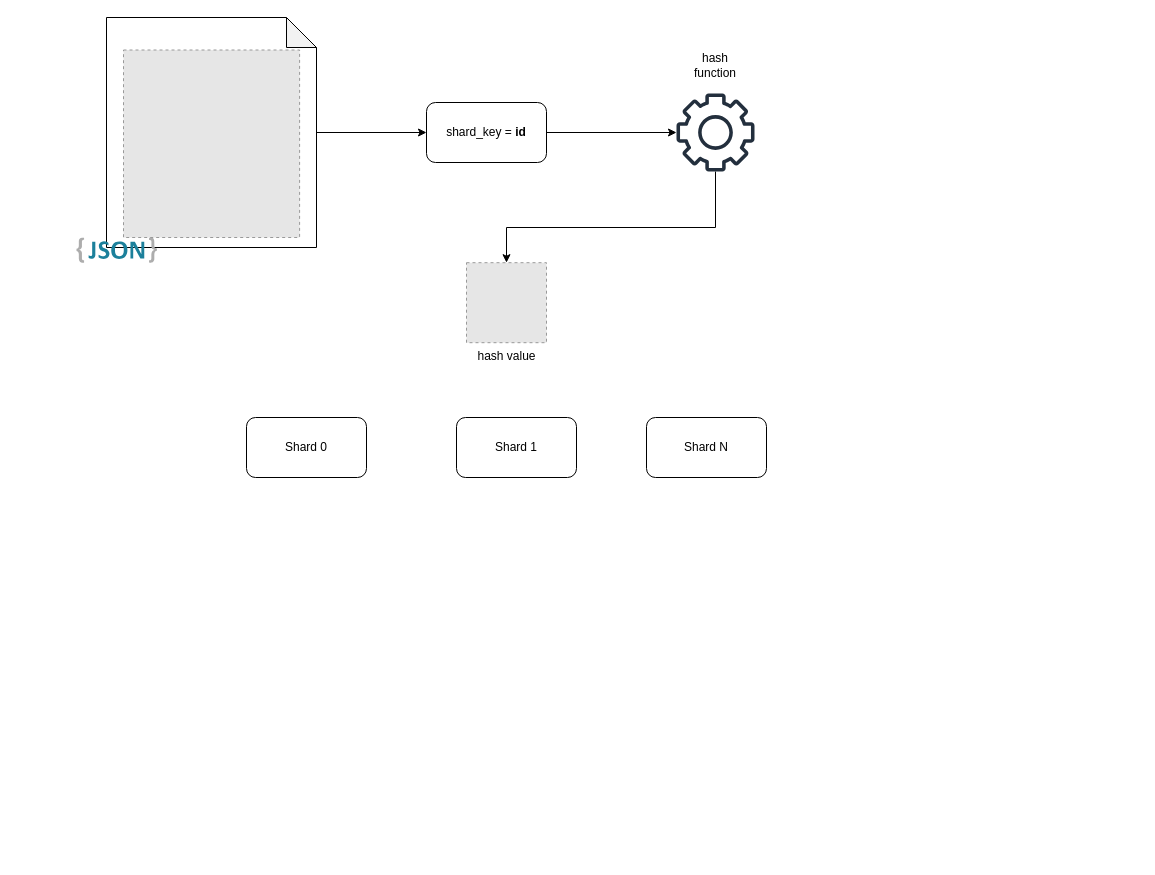
The draw.io diagram page "Página-2" (2 of 4) of Document-DB-POC/diagrams/diagrams.drawio in gabrielSpassos/kotlin-sandbox, before the edit. Source tidied: cells renumbered, new cells numbered last; positions are measured from the earlier drawing's top-left corner, leaving out a move shared by most shapes. Both pictures are drawn from the tidied source at 100%, with x=0, y=0 at pixel (76, 17). Pictures stored in the file or linked from it are replaced by grey dashed boxes.
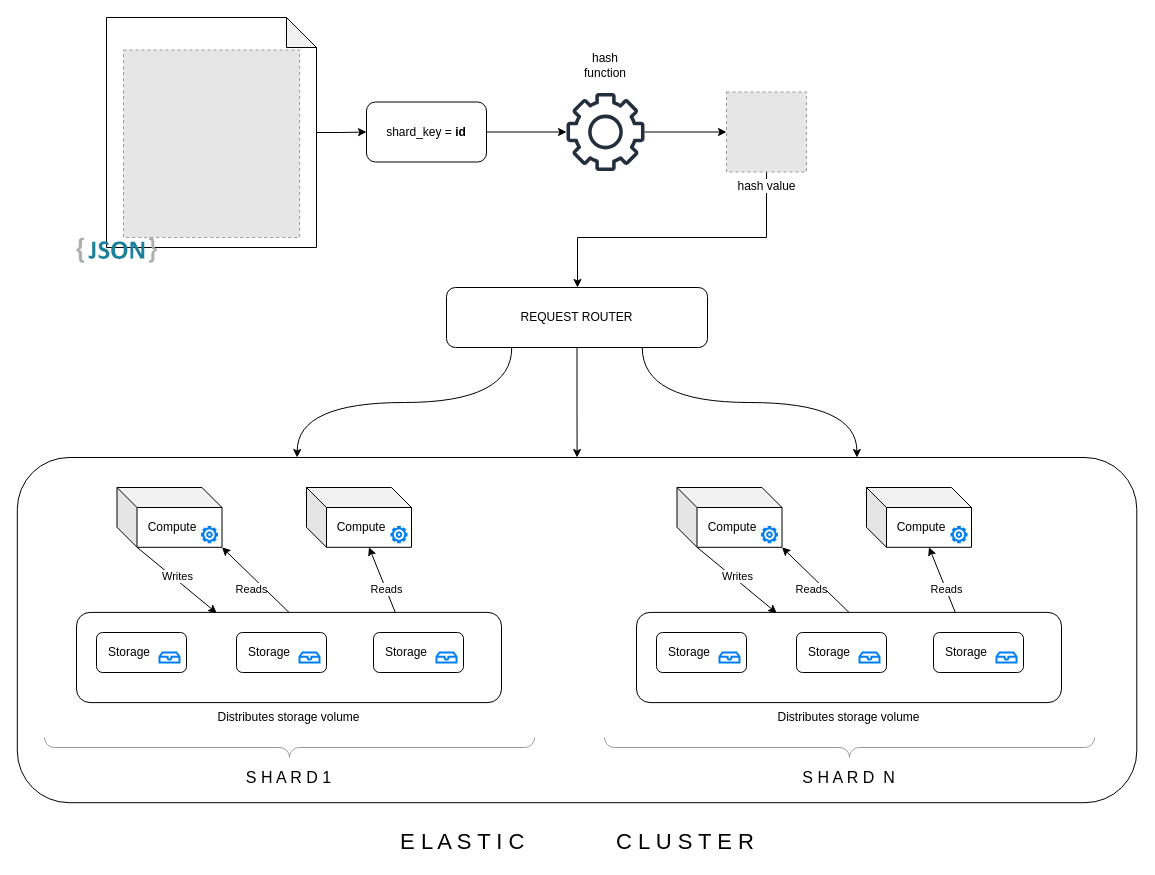
The same page after the edit.

Commit message (it also covers changes not shown here):
feat: add elastic cluster

The edit, as a diff of the source:
```diff
@@
+    <mxCell id="17" style="rounded=1;whiteSpace=wrap;html=1;" parent="1" vertex="1">
+      <mxGeometry x="-59.2" y="440" width="1119.5" height="345.2" as="geometry" />
+    </mxCell>
@@
     <mxCell id="9" value="shard_key =&amp;nbsp;&lt;b&gt;id&lt;/b&gt;" style="rounded=1;whiteSpace=wrap;html=1;" parent="1" vertex="1">
-      <mxGeometry x="350" y="85" width="120" height="60" as="geometry" />
+      <mxGeometry x="290" y="84.5" width="120" height="60" as="geometry" />
     </mxCell>
+    <mxCell id="18" style="edgeStyle=orthogonalEdgeStyle;rounded=0;jettySize=auto;html=1;" parent="1" edge="1" source="10" target="71">
+      <mxGeometry relative="1" as="geometry">
+        <Array as="points">
+          <mxPoint x="690" y="220" />
+          <mxPoint x="501" y="220" />
+        </Array>
+      </mxGeometry>
+    </mxCell>
     <mxCell id="10" value="hash value" style="fillColor=#E6E6E6;strokeColor=#999999;dashed=1;html=1;verticalAlign=top;verticalLabelPosition=bottom;labelBackgroundColor=#ffffff;" parent="1" vertex="1">
-      <mxGeometry x="390" y="245.2" width="80" height="80" as="geometry" />
+      <mxGeometry x="650" y="74.5" width="80" height="80" as="geometry" />
     </mxCell>
     <mxCell id="11" style="edgeStyle=orthogonalEdgeStyle;rounded=0;jettySize=auto;html=1;" parent="1" edge="1" source="12" target="10">
-      <mxGeometry relative="1" as="geometry">
-        <Array as="points">
-          <mxPoint x="639" y="210" />
-          <mxPoint x="430" y="210" />
-        </Array>
-      </mxGeometry>
+      <mxGeometry relative="1" as="geometry" />
     </mxCell>
     <mxCell id="12" style="sketch=0;outlineConnect=0;fontColor=#232F3E;gradientColor=none;fillColor=#232F3D;strokeColor=none;dashed=0;verticalLabelPosition=bottom;verticalAlign=top;align=center;html=1;fontSize=12;fontStyle=0;shape=mxgraph.aws4.gear;" parent="1" vertex="1">
-      <mxGeometry x="600" y="76" width="78" height="78" as="geometry" />
+      <mxGeometry x="490" y="75.5" width="78" height="78" as="geometry" />
     </mxCell>
-    <mxCell id="13" value="Shard 0" style="rounded=1;whiteSpace=wrap;html=1;" parent="1" vertex="1">
-      <mxGeometry x="170" y="400" width="120" height="60" as="geometry" />
-    </mxCell>
-    <mxCell id="14" value="Shard 1" style="rounded=1;whiteSpace=wrap;html=1;" parent="1" vertex="1">
-      <mxGeometry x="380" y="400" width="120" height="60" as="geometry" />
-    </mxCell>
-    <mxCell id="15" value="Shard N" style="rounded=1;whiteSpace=wrap;html=1;" parent="1" vertex="1">
-      <mxGeometry x="570" y="400" width="120" height="60" as="geometry" />
-    </mxCell>
     <mxCell id="16" value="hash function" style="text;html=1;align=center;verticalAlign=middle;whiteSpace=wrap;rounded=0;" parent="1" vertex="1">
-      <mxGeometry x="609" y="33" width="60" height="30" as="geometry" />
+      <mxGeometry x="499" y="32.5" width="60" height="30" as="geometry" />
     </mxCell>
+    <mxCell id="19" style="rounded=1;whiteSpace=wrap;html=1;" parent="1" vertex="1">
+      <mxGeometry y="594.9" width="425" height="90.2" as="geometry" />
+    </mxCell>
+    <mxCell id="20" style="shape=cube;whiteSpace=wrap;html=1;boundedLbl=1;backgroundOutline=1;darkOpacity=0.05;darkOpacity2=0.1;" parent="1" vertex="1">
+      <mxGeometry x="40.5" y="470" width="105" height="59.8" as="geometry" />
+    </mxCell>
+    <mxCell id="21" style="rounded=1;whiteSpace=wrap;html=1;" parent="1" vertex="1">
+      <mxGeometry x="20" y="615" width="90" height="40" as="geometry" />
+    </mxCell>
+    <mxCell id="22" style="html=1;verticalLabelPosition=bottom;align=center;labelBackgroundColor=#ffffff;verticalAlign=top;strokeWidth=2;strokeColor=#0080F0;shadow=0;dashed=0;shape=mxgraph.ios7.icons.settings;" parent="1" vertex="1">
+      <mxGeometry x="125.5" y="509.5" width="15" height="15.2" as="geometry" />
+    </mxCell>
+    <mxCell id="23" value="Compute" style="text;html=1;align=center;verticalAlign=middle;whiteSpace=wrap;rounded=0;" parent="1" vertex="1">
+      <mxGeometry x="65.5" y="494.8" width="60" height="30" as="geometry" />
+    </mxCell>
+    <mxCell id="24" value="Distributes storage volume" style="text;html=1;align=center;verticalAlign=middle;whiteSpace=wrap;rounded=0;" parent="1" vertex="1">
+      <mxGeometry x="126.2" y="685.1" width="172.5" height="30" as="geometry" />
+    </mxCell>
+    <mxCell id="25" style="endArrow=classic;html=1;rounded=0;exitX=0;exitY=0;exitDx=20;exitDy=59.75;exitPerimeter=0;entryX=0.33;entryY=0.008;entryDx=0;entryDy=0;entryPerimeter=0;" parent="1" edge="1" source="20" target="19">
+      <mxGeometry relative="1" as="geometry" />
+    </mxCell>
+    <mxCell id="26" value="Writes" style="edgeLabel;html=1;align=center;verticalAlign=middle;" parent="25" vertex="1">
+      <mxGeometry x="-0.05" y="3" relative="1" as="geometry" />
+    </mxCell>
+    <mxCell id="27" style="endArrow=classic;html=1;rounded=0;entryX=1;entryY=1;entryDx=0;entryDy=0;entryPerimeter=0;exitX=0.5;exitY=0;exitDx=0;exitDy=0;" parent="1" edge="1" source="19" target="20">
+      <mxGeometry relative="1" as="geometry" />
+    </mxCell>
+    <mxCell id="28" value="Reads" style="edgeLabel;html=1;align=center;verticalAlign=middle;" parent="27" vertex="1">
+      <mxGeometry x="0.4" relative="1" as="geometry">
+        <mxPoint x="9" y="22" as="offset" />
+      </mxGeometry>
+    </mxCell>
+    <mxCell id="29" style="endArrow=classic;html=1;rounded=0;entryX=0;entryY=0;entryDx=62.5;entryDy=59.75;entryPerimeter=0;exitX=0.75;exitY=0;exitDx=0;exitDy=0;" parent="1" edge="1" source="19" target="39">
+      <mxGeometry relative="1" as="geometry" />
+    </mxCell>
+    <mxCell id="30" value="Reads" style="edgeLabel;html=1;align=center;verticalAlign=middle;" parent="29" vertex="1">
+      <mxGeometry x="0.4" relative="1" as="geometry">
+        <mxPoint x="9" y="22" as="offset" />
+      </mxGeometry>
+    </mxCell>
+    <mxCell id="31" style="html=1;verticalLabelPosition=bottom;align=center;labelBackgroundColor=#ffffff;verticalAlign=top;strokeWidth=2;strokeColor=#0080F0;shadow=0;dashed=0;shape=mxgraph.ios7.icons.storage;" parent="1" vertex="1">
+      <mxGeometry x="83" y="635" width="20" height="10" as="geometry" />
+    </mxCell>
+    <mxCell id="32" value="Storage" style="text;html=1;align=center;verticalAlign=middle;whiteSpace=wrap;rounded=0;" parent="1" vertex="1">
+      <mxGeometry x="23" y="620" width="60" height="30" as="geometry" />
+    </mxCell>
+    <mxCell id="33" style="rounded=1;whiteSpace=wrap;html=1;" parent="1" vertex="1">
+      <mxGeometry x="160" y="615" width="90" height="40" as="geometry" />
+    </mxCell>
+    <mxCell id="34" style="html=1;verticalLabelPosition=bottom;align=center;labelBackgroundColor=#ffffff;verticalAlign=top;strokeWidth=2;strokeColor=#0080F0;shadow=0;dashed=0;shape=mxgraph.ios7.icons.storage;" parent="1" vertex="1">
+      <mxGeometry x="223" y="635" width="20" height="10" as="geometry" />
+    </mxCell>
+    <mxCell id="35" value="Storage" style="text;html=1;align=center;verticalAlign=middle;whiteSpace=wrap;rounded=0;" parent="1" vertex="1">
+      <mxGeometry x="163" y="620" width="60" height="30" as="geometry" />
+    </mxCell>
+    <mxCell id="36" style="rounded=1;whiteSpace=wrap;html=1;" parent="1" vertex="1">
+      <mxGeometry x="297" y="615" width="90" height="40" as="geometry" />
+    </mxCell>
+    <mxCell id="37" style="html=1;verticalLabelPosition=bottom;align=center;labelBackgroundColor=#ffffff;verticalAlign=top;strokeWidth=2;strokeColor=#0080F0;shadow=0;dashed=0;shape=mxgraph.ios7.icons.storage;" parent="1" vertex="1">
+      <mxGeometry x="360" y="635" width="20" height="10" as="geometry" />
+    </mxCell>
+    <mxCell id="38" value="Storage" style="text;html=1;align=center;verticalAlign=middle;whiteSpace=wrap;rounded=0;" parent="1" vertex="1">
+      <mxGeometry x="300" y="620" width="60" height="30" as="geometry" />
+    </mxCell>
+    <mxCell id="39" style="shape=cube;whiteSpace=wrap;html=1;boundedLbl=1;backgroundOutline=1;darkOpacity=0.05;darkOpacity2=0.1;" parent="1" vertex="1">
+      <mxGeometry x="230" y="470" width="105" height="59.8" as="geometry" />
+    </mxCell>
+    <mxCell id="40" style="html=1;verticalLabelPosition=bottom;align=center;labelBackgroundColor=#ffffff;verticalAlign=top;strokeWidth=2;strokeColor=#0080F0;shadow=0;dashed=0;shape=mxgraph.ios7.icons.settings;" parent="1" vertex="1">
+      <mxGeometry x="315" y="509.5" width="15" height="15.2" as="geometry" />
+    </mxCell>
+    <mxCell id="41" value="Compute" style="text;html=1;align=center;verticalAlign=middle;whiteSpace=wrap;rounded=0;" parent="1" vertex="1">
+      <mxGeometry x="255" y="494.8" width="60" height="30" as="geometry" />
+    </mxCell>
+    <mxCell id="42" style="labelPosition=right;align=left;strokeWidth=1;shape=mxgraph.mockup.markup.curlyBrace;html=1;shadow=0;dashed=0;strokeColor=#999999;direction=north;rotation=-90;" parent="1" vertex="1">
+      <mxGeometry x="203" y="485" width="20" height="490" as="geometry" />
+    </mxCell>
+    <mxCell id="43" value="&lt;font style=&quot;font-size: 16px;&quot;&gt;S H A R D 1&lt;/font&gt;" style="text;html=1;align=center;verticalAlign=middle;whiteSpace=wrap;rounded=0;" parent="1" vertex="1">
+      <mxGeometry x="164" y="745" width="97" height="30" as="geometry" />
+    </mxCell>
+    <mxCell id="44" style="rounded=1;whiteSpace=wrap;html=1;" parent="1" vertex="1">
+      <mxGeometry x="560" y="594.9" width="425" height="90.2" as="geometry" />
+    </mxCell>
+    <mxCell id="45" style="shape=cube;whiteSpace=wrap;html=1;boundedLbl=1;backgroundOutline=1;darkOpacity=0.05;darkOpacity2=0.1;" parent="1" vertex="1">
+      <mxGeometry x="600.5" y="470" width="105" height="59.8" as="geometry" />
+    </mxCell>
+    <mxCell id="46" style="rounded=1;whiteSpace=wrap;html=1;" parent="1" vertex="1">
+      <mxGeometry x="580" y="615" width="90" height="40" as="geometry" />
+    </mxCell>
+    <mxCell id="47" style="html=1;verticalLabelPosition=bottom;align=center;labelBackgroundColor=#ffffff;verticalAlign=top;strokeWidth=2;strokeColor=#0080F0;shadow=0;dashed=0;shape=mxgraph.ios7.icons.settings;" parent="1" vertex="1">
+      <mxGeometry x="685.5" y="509.5" width="15" height="15.2" as="geometry" />
+    </mxCell>
+    <mxCell id="48" value="Compute" style="text;html=1;align=center;verticalAlign=middle;whiteSpace=wrap;rounded=0;" parent="1" vertex="1">
+      <mxGeometry x="625.5" y="494.8" width="60" height="30" as="geometry" />
+    </mxCell>
+    <mxCell id="49" value="Distributes storage volume" style="text;html=1;align=center;verticalAlign=middle;whiteSpace=wrap;rounded=0;" parent="1" vertex="1">
+      <mxGeometry x="686.2" y="685.1" width="172.5" height="30" as="geometry" />
+    </mxCell>
+    <mxCell id="50" style="endArrow=classic;html=1;rounded=0;exitX=0;exitY=0;exitDx=20;exitDy=59.75;exitPerimeter=0;entryX=0.33;entryY=0.008;entryDx=0;entryDy=0;entryPerimeter=0;" parent="1" edge="1" source="45" target="44">
+      <mxGeometry relative="1" as="geometry" />
+    </mxCell>
+    <mxCell id="51" value="Writes" style="edgeLabel;html=1;align=center;verticalAlign=middle;" parent="50" vertex="1">
+      <mxGeometry x="-0.05" y="3" relative="1" as="geometry" />
+    </mxCell>
+    <mxCell id="52" style="endArrow=classic;html=1;rounded=0;entryX=1;entryY=1;entryDx=0;entryDy=0;entryPerimeter=0;exitX=0.5;exitY=0;exitDx=0;exitDy=0;" parent="1" edge="1" source="44" target="45">
+      <mxGeometry relative="1" as="geometry" />
+    </mxCell>
+    <mxCell id="53" value="Reads" style="edgeLabel;html=1;align=center;verticalAlign=middle;" parent="52" vertex="1">
+      <mxGeometry x="0.4" relative="1" as="geometry">
+        <mxPoint x="9" y="22" as="offset" />
+      </mxGeometry>
+    </mxCell>
+    <mxCell id="54" style="endArrow=classic;html=1;rounded=0;entryX=0;entryY=0;entryDx=62.5;entryDy=59.75;entryPerimeter=0;exitX=0.75;exitY=0;exitDx=0;exitDy=0;" parent="1" edge="1" source="44" target="64">
+      <mxGeometry relative="1" as="geometry" />
+    </mxCell>
+    <mxCell id="55" value="Reads" style="edgeLabel;html=1;align=center;verticalAlign=middle;" parent="54" vertex="1">
+      <mxGeometry x="0.4" relative="1" as="geometry">
+        <mxPoint x="9" y="22" as="offset" />
+      </mxGeometry>
+    </mxCell>
+    <mxCell id="56" style="html=1;verticalLabelPosition=bottom;align=center;labelBackgroundColor=#ffffff;verticalAlign=top;strokeWidth=2;strokeColor=#0080F0;shadow=0;dashed=0;shape=mxgraph.ios7.icons.storage;" parent="1" vertex="1">
+      <mxGeometry x="643" y="635" width="20" height="10" as="geometry" />
+    </mxCell>
+    <mxCell id="57" value="Storage" style="text;html=1;align=center;verticalAlign=middle;whiteSpace=wrap;rounded=0;" parent="1" vertex="1">
+      <mxGeometry x="583" y="620" width="60" height="30" as="geometry" />
+    </mxCell>
+    <mxCell id="58" style="rounded=1;whiteSpace=wrap;html=1;" parent="1" vertex="1">
+      <mxGeometry x="720" y="615" width="90" height="40" as="geometry" />
+    </mxCell>
+    <mxCell id="59" style="html=1;verticalLabelPosition=bottom;align=center;labelBackgroundColor=#ffffff;verticalAlign=top;strokeWidth=2;strokeColor=#0080F0;shadow=0;dashed=0;shape=mxgraph.ios7.icons.storage;" parent="1" vertex="1">
+      <mxGeometry x="783" y="635" width="20" height="10" as="geometry" />
+    </mxCell>
+    <mxCell id="60" value="Storage" style="text;html=1;align=center;verticalAlign=middle;whiteSpace=wrap;rounded=0;" parent="1" vertex="1">
+      <mxGeometry x="723" y="620" width="60" height="30" as="geometry" />
+    </mxCell>
+    <mxCell id="61" style="rounded=1;whiteSpace=wrap;html=1;" parent="1" vertex="1">
+      <mxGeometry x="857" y="615" width="90" height="40" as="geometry" />
+    </mxCell>
+    <mxCell id="62" style="html=1;verticalLabelPosition=bottom;align=center;labelBackgroundColor=#ffffff;verticalAlign=top;strokeWidth=2;strokeColor=#0080F0;shadow=0;dashed=0;shape=mxgraph.ios7.icons.storage;" parent="1" vertex="1">
+      <mxGeometry x="920" y="635" width="20" height="10" as="geometry" />
+    </mxCell>
+    <mxCell id="63" value="Storage" style="text;html=1;align=center;verticalAlign=middle;whiteSpace=wrap;rounded=0;" parent="1" vertex="1">
+      <mxGeometry x="860" y="620" width="60" height="30" as="geometry" />
+    </mxCell>
+    <mxCell id="64" style="shape=cube;whiteSpace=wrap;html=1;boundedLbl=1;backgroundOutline=1;darkOpacity=0.05;darkOpacity2=0.1;" parent="1" vertex="1">
+      <mxGeometry x="790" y="470" width="105" height="59.8" as="geometry" />
+    </mxCell>
+    <mxCell id="65" style="html=1;verticalLabelPosition=bottom;align=center;labelBackgroundColor=#ffffff;verticalAlign=top;strokeWidth=2;strokeColor=#0080F0;shadow=0;dashed=0;shape=mxgraph.ios7.icons.settings;" parent="1" vertex="1">
+      <mxGeometry x="875" y="509.5" width="15" height="15.2" as="geometry" />
+    </mxCell>
+    <mxCell id="66" value="Compute" style="text;html=1;align=center;verticalAlign=middle;whiteSpace=wrap;rounded=0;" parent="1" vertex="1">
+      <mxGeometry x="815" y="494.8" width="60" height="30" as="geometry" />
+    </mxCell>
+    <mxCell id="67" style="labelPosition=right;align=left;strokeWidth=1;shape=mxgraph.mockup.markup.curlyBrace;html=1;shadow=0;dashed=0;strokeColor=#999999;direction=north;rotation=-90;" parent="1" vertex="1">
+      <mxGeometry x="763" y="485" width="20" height="490" as="geometry" />
+    </mxCell>
+    <mxCell id="68" value="&lt;font style=&quot;font-size: 16px;&quot;&gt;S H A R D&amp;nbsp; N&lt;/font&gt;" style="text;html=1;align=center;verticalAlign=middle;whiteSpace=wrap;rounded=0;" parent="1" vertex="1">
+      <mxGeometry x="724" y="745" width="97" height="30" as="geometry" />
+    </mxCell>
+    <mxCell id="69" style="edgeStyle=orthogonalEdgeStyle;rounded=0;jettySize=auto;html=1;" parent="1" edge="1" source="71" target="17">
+      <mxGeometry relative="1" as="geometry" />
+    </mxCell>
+    <mxCell id="70" style="edgeStyle=orthogonalEdgeStyle;rounded=0;jettySize=auto;html=1;exitX=0.75;exitY=1;exitDx=0;exitDy=0;entryX=0.75;entryY=0;entryDx=0;entryDy=0;curved=1;" parent="1" edge="1" source="71" target="17">
+      <mxGeometry relative="1" as="geometry" />
+    </mxCell>
+    <mxCell id="71" value="REQUEST ROUTER" style="rounded=1;whiteSpace=wrap;html=1;" parent="1" vertex="1">
+      <mxGeometry x="370" y="270" width="261" height="60" as="geometry" />
+    </mxCell>
+    <mxCell id="72" style="edgeStyle=orthogonalEdgeStyle;rounded=0;jettySize=auto;html=1;exitX=0.25;exitY=1;exitDx=0;exitDy=0;entryX=0.25;entryY=0;entryDx=0;entryDy=0;curved=1;" parent="1" edge="1" source="71" target="17">
+      <mxGeometry relative="1" as="geometry" />
+    </mxCell>
+    <mxCell id="73" value="&lt;font style=&quot;font-size: 22px;&quot;&gt;E L A S T I C&amp;nbsp; &amp;nbsp; &amp;nbsp; &amp;nbsp; &amp;nbsp; &amp;nbsp; &amp;nbsp; &amp;nbsp;C L U S T E R&lt;/font&gt;" style="text;html=1;align=center;verticalAlign=middle;whiteSpace=wrap;rounded=0;" parent="1" vertex="1">
+      <mxGeometry x="310.5" y="810" width="380" height="30" as="geometry" />
+    </mxCell>
```
